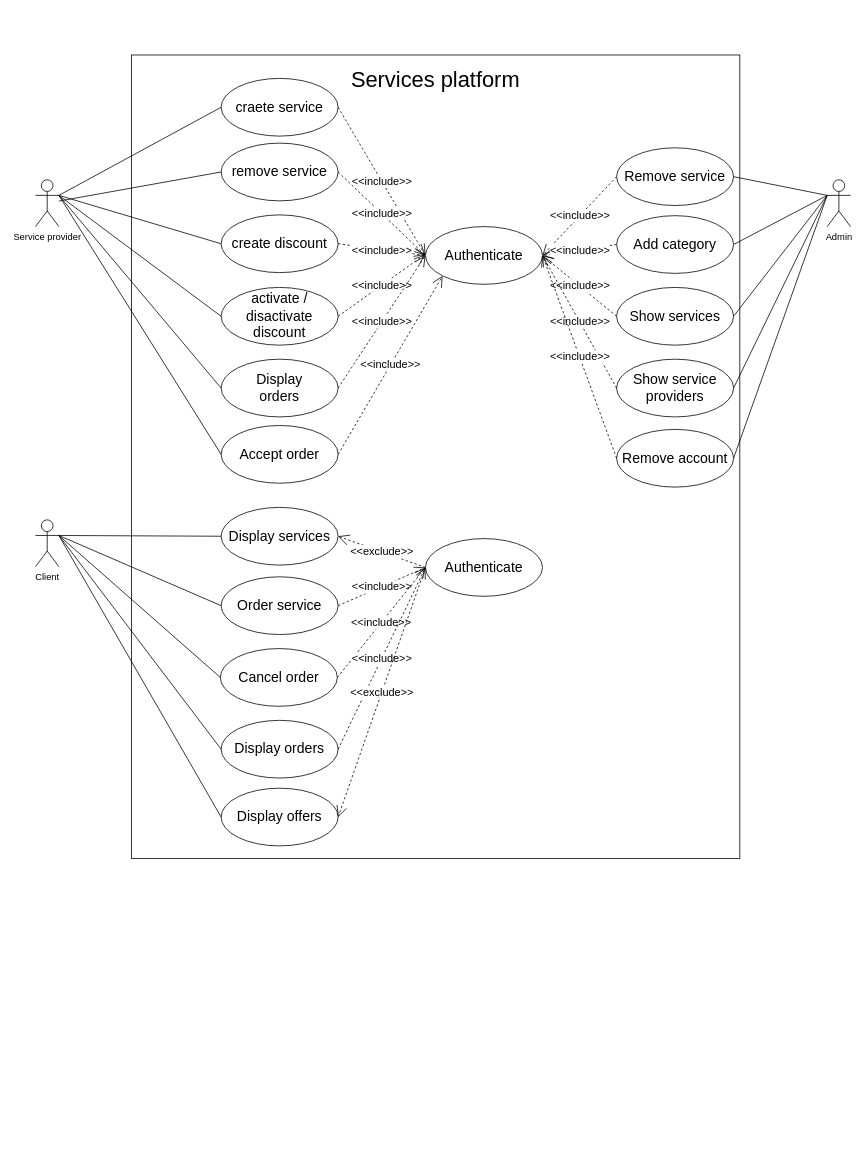
This is use-case diagram.drawio from GHamza-Dev/wafin-design-and-conception, a draw.io file, before an edit. Source tidied: cells renumbered, new cells numbered last; positions are measured from the earlier drawing's top-left corner, leaving out a move shared by most shapes. Both pictures are drawn from the tidied source at 78%, with x=0, y=0 at pixel (35, 55).
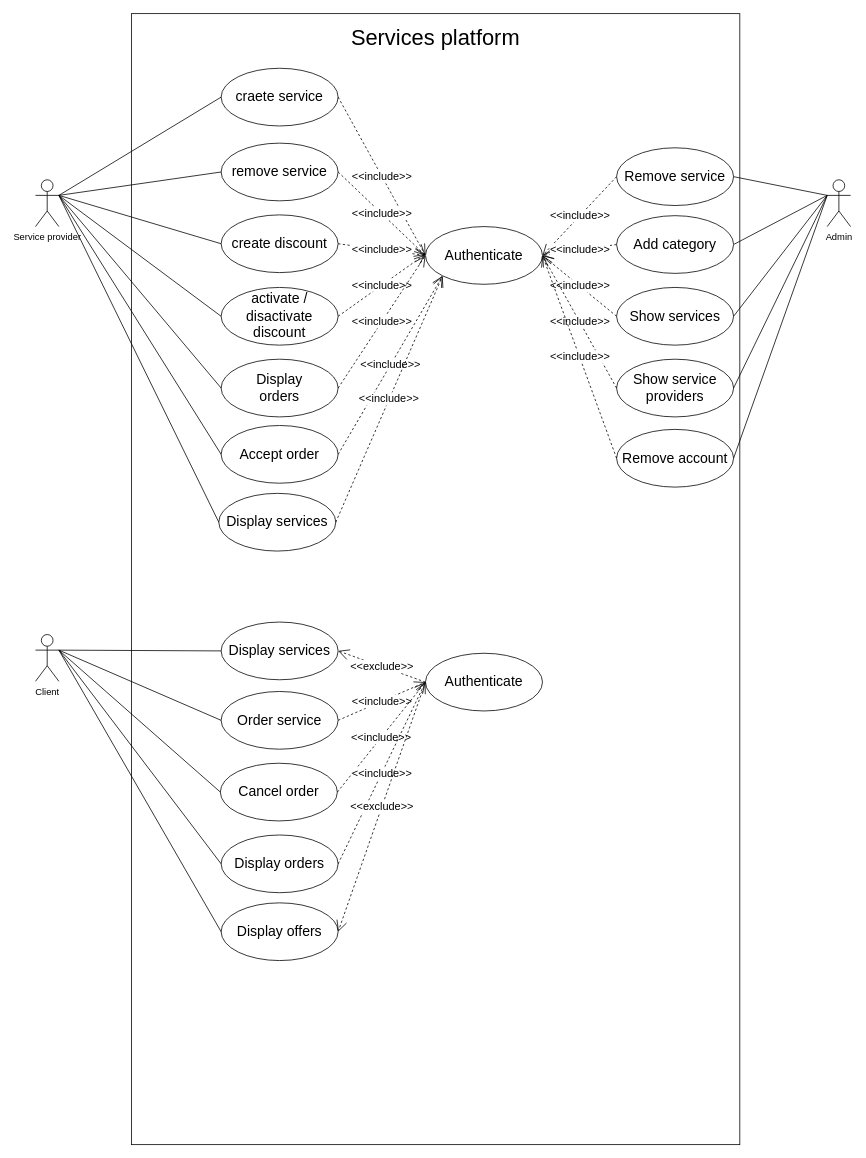
Above is the later version.

Commit message (it also covers changes not shown here):
- Add order and image class  - Fixe relation between classes  - Add methods

Unchanged cells that the change refers to:
```xml
<mxCell id="3" value="Service provider" style="shape=umlActor;verticalLabelPosition=bottom;verticalAlign=top;html=1;outlineConnect=0;" parent="1" vertex="1">
  <mxGeometry y="160" width="30" height="60" as="geometry" />
</mxCell>
<mxCell id="10" value="&lt;font style=&quot;font-size: 18px&quot;&gt;Authenticate&lt;/font&gt;" style="ellipse;whiteSpace=wrap;html=1;" parent="1" vertex="1">
  <mxGeometry x="500" y="220" width="150" height="74" as="geometry" />
</mxCell>
<mxCell id="48" value="&lt;span style=&quot;font-size: 18px&quot;&gt;remove service&lt;/span&gt;" style="ellipse;whiteSpace=wrap;html=1;" parent="1" vertex="1">
  <mxGeometry x="238" y="113" width="150" height="74" as="geometry" />
</mxCell>
```

Change to the diagram source:
```diff
@@
     <mxCell id="2" style="rounded=0;whiteSpace=wrap;html=1;" parent="1" vertex="1">
-      <mxGeometry x="123" width="780" height="1030" as="geometry" />
+      <mxGeometry x="123" y="-53" width="780" height="1450" as="geometry" />
     </mxCell>
@@
     <mxCell id="4" value="&lt;font style=&quot;font-size: 18px&quot;&gt;craete service&lt;/font&gt;" style="ellipse;whiteSpace=wrap;html=1;" parent="1" vertex="1">
-      <mxGeometry x="238" y="30" width="150" height="74" as="geometry" />
+      <mxGeometry x="238" y="17" width="150" height="74" as="geometry" />
     </mxCell>
@@
     <mxCell id="17" value="Client" style="shape=umlActor;verticalLabelPosition=bottom;verticalAlign=top;html=1;outlineConnect=0;" parent="1" vertex="1">
-      <mxGeometry y="596" width="30" height="60" as="geometry" />
+      <mxGeometry y="743" width="30" height="60" as="geometry" />
     </mxCell>
     <mxCell id="18" value="&lt;span style=&quot;font-size: 18px&quot;&gt;Display services&lt;/span&gt;" style="ellipse;whiteSpace=wrap;html=1;" parent="1" vertex="1">
-      <mxGeometry x="238" y="580" width="150" height="74" as="geometry" />
+      <mxGeometry x="238" y="727" width="150" height="74" as="geometry" />
     </mxCell>
@@
     <mxCell id="29" value="&lt;span style=&quot;font-size: 18px&quot;&gt;Order service&lt;/span&gt;" style="ellipse;whiteSpace=wrap;html=1;" parent="1" vertex="1">
-      <mxGeometry x="238" y="669" width="150" height="74" as="geometry" />
+      <mxGeometry x="238" y="816" width="150" height="74" as="geometry" />
     </mxCell>
@@
     <mxCell id="33" value="&lt;font style=&quot;font-size: 18px&quot;&gt;Authenticate&lt;/font&gt;" style="ellipse;whiteSpace=wrap;html=1;" parent="1" vertex="1">
-      <mxGeometry x="500" y="620" width="150" height="74" as="geometry" />
+      <mxGeometry x="500" y="767" width="150" height="74" as="geometry" />
     </mxCell>
@@
     <mxCell id="35" value="&lt;span style=&quot;font-size: 18px&quot;&gt;Cancel order&lt;/span&gt;" style="ellipse;whiteSpace=wrap;html=1;" parent="1" vertex="1">
-      <mxGeometry x="237" y="761" width="150" height="74" as="geometry" />
+      <mxGeometry x="237" y="908" width="150" height="74" as="geometry" />
     </mxCell>
@@
     <mxCell id="47" value="Services platform" style="text;align=center;fontStyle=0;verticalAlign=middle;spacingLeft=3;spacingRight=3;strokeColor=none;fontSize=28;" parent="1" vertex="1">
-      <mxGeometry x="348" y="8" width="330" height="40" as="geometry" />
+      <mxGeometry x="348" y="-45" width="330" height="40" as="geometry" />
     </mxCell>
@@
-    <mxCell id="50" style="endArrow=none;html=1;rounded=0;fontSize=18;entryX=0;entryY=0.5;entryDx=0;entryDy=0;" parent="1" edge="1" source="3" target="48">
+    <mxCell id="50" style="endArrow=none;html=1;rounded=0;fontSize=18;entryX=0;entryY=0.5;entryDx=0;entryDy=0;exitX=1;exitY=0.3333333333333333;exitDx=0;exitDy=0;exitPerimeter=0;" parent="1" edge="1" source="3" target="48">
       <mxGeometry relative="1" as="geometry" />
     </mxCell>
     <mxCell id="51" value="&lt;span style=&quot;font-size: 18px&quot;&gt;Display orders&lt;/span&gt;" style="ellipse;whiteSpace=wrap;html=1;" parent="1" vertex="1">
-      <mxGeometry x="238" y="853" width="150" height="74" as="geometry" />
+      <mxGeometry x="238" y="1000" width="150" height="74" as="geometry" />
     </mxCell>
@@
     <mxCell id="54" value="&lt;span style=&quot;font-size: 18px&quot;&gt;Display offers&lt;/span&gt;" style="ellipse;whiteSpace=wrap;html=1;" parent="1" vertex="1">
-      <mxGeometry x="238" y="940" width="150" height="74" as="geometry" />
+      <mxGeometry x="238" y="1087" width="150" height="74" as="geometry" />
     </mxCell>
@@
+    <mxCell id="57" value="&lt;span style=&quot;font-size: 18px&quot;&gt;Display services&lt;/span&gt;" style="ellipse;whiteSpace=wrap;html=1;" parent="1" vertex="1">
+      <mxGeometry x="235" y="562" width="150" height="74" as="geometry" />
+    </mxCell>
+    <mxCell id="58" value="&amp;lt;&amp;lt;include&amp;gt;&amp;gt;" style="endArrow=open;endSize=12;dashed=1;html=1;rounded=0;fontSize=14;exitX=1;exitY=0.5;exitDx=0;exitDy=0;entryX=0;entryY=1;entryDx=0;entryDy=0;" parent="1" edge="1" source="57" target="10">
+      <mxGeometry relative="1" as="geometry" />
+    </mxCell>
+    <mxCell id="59" style="endArrow=none;html=1;rounded=0;fontSize=18;entryX=0;entryY=0.5;entryDx=0;entryDy=0;exitX=1;exitY=0.3333333333333333;exitDx=0;exitDy=0;exitPerimeter=0;" parent="1" edge="1" source="3" target="57">
+      <mxGeometry relative="1" as="geometry" />
+    </mxCell>
```
